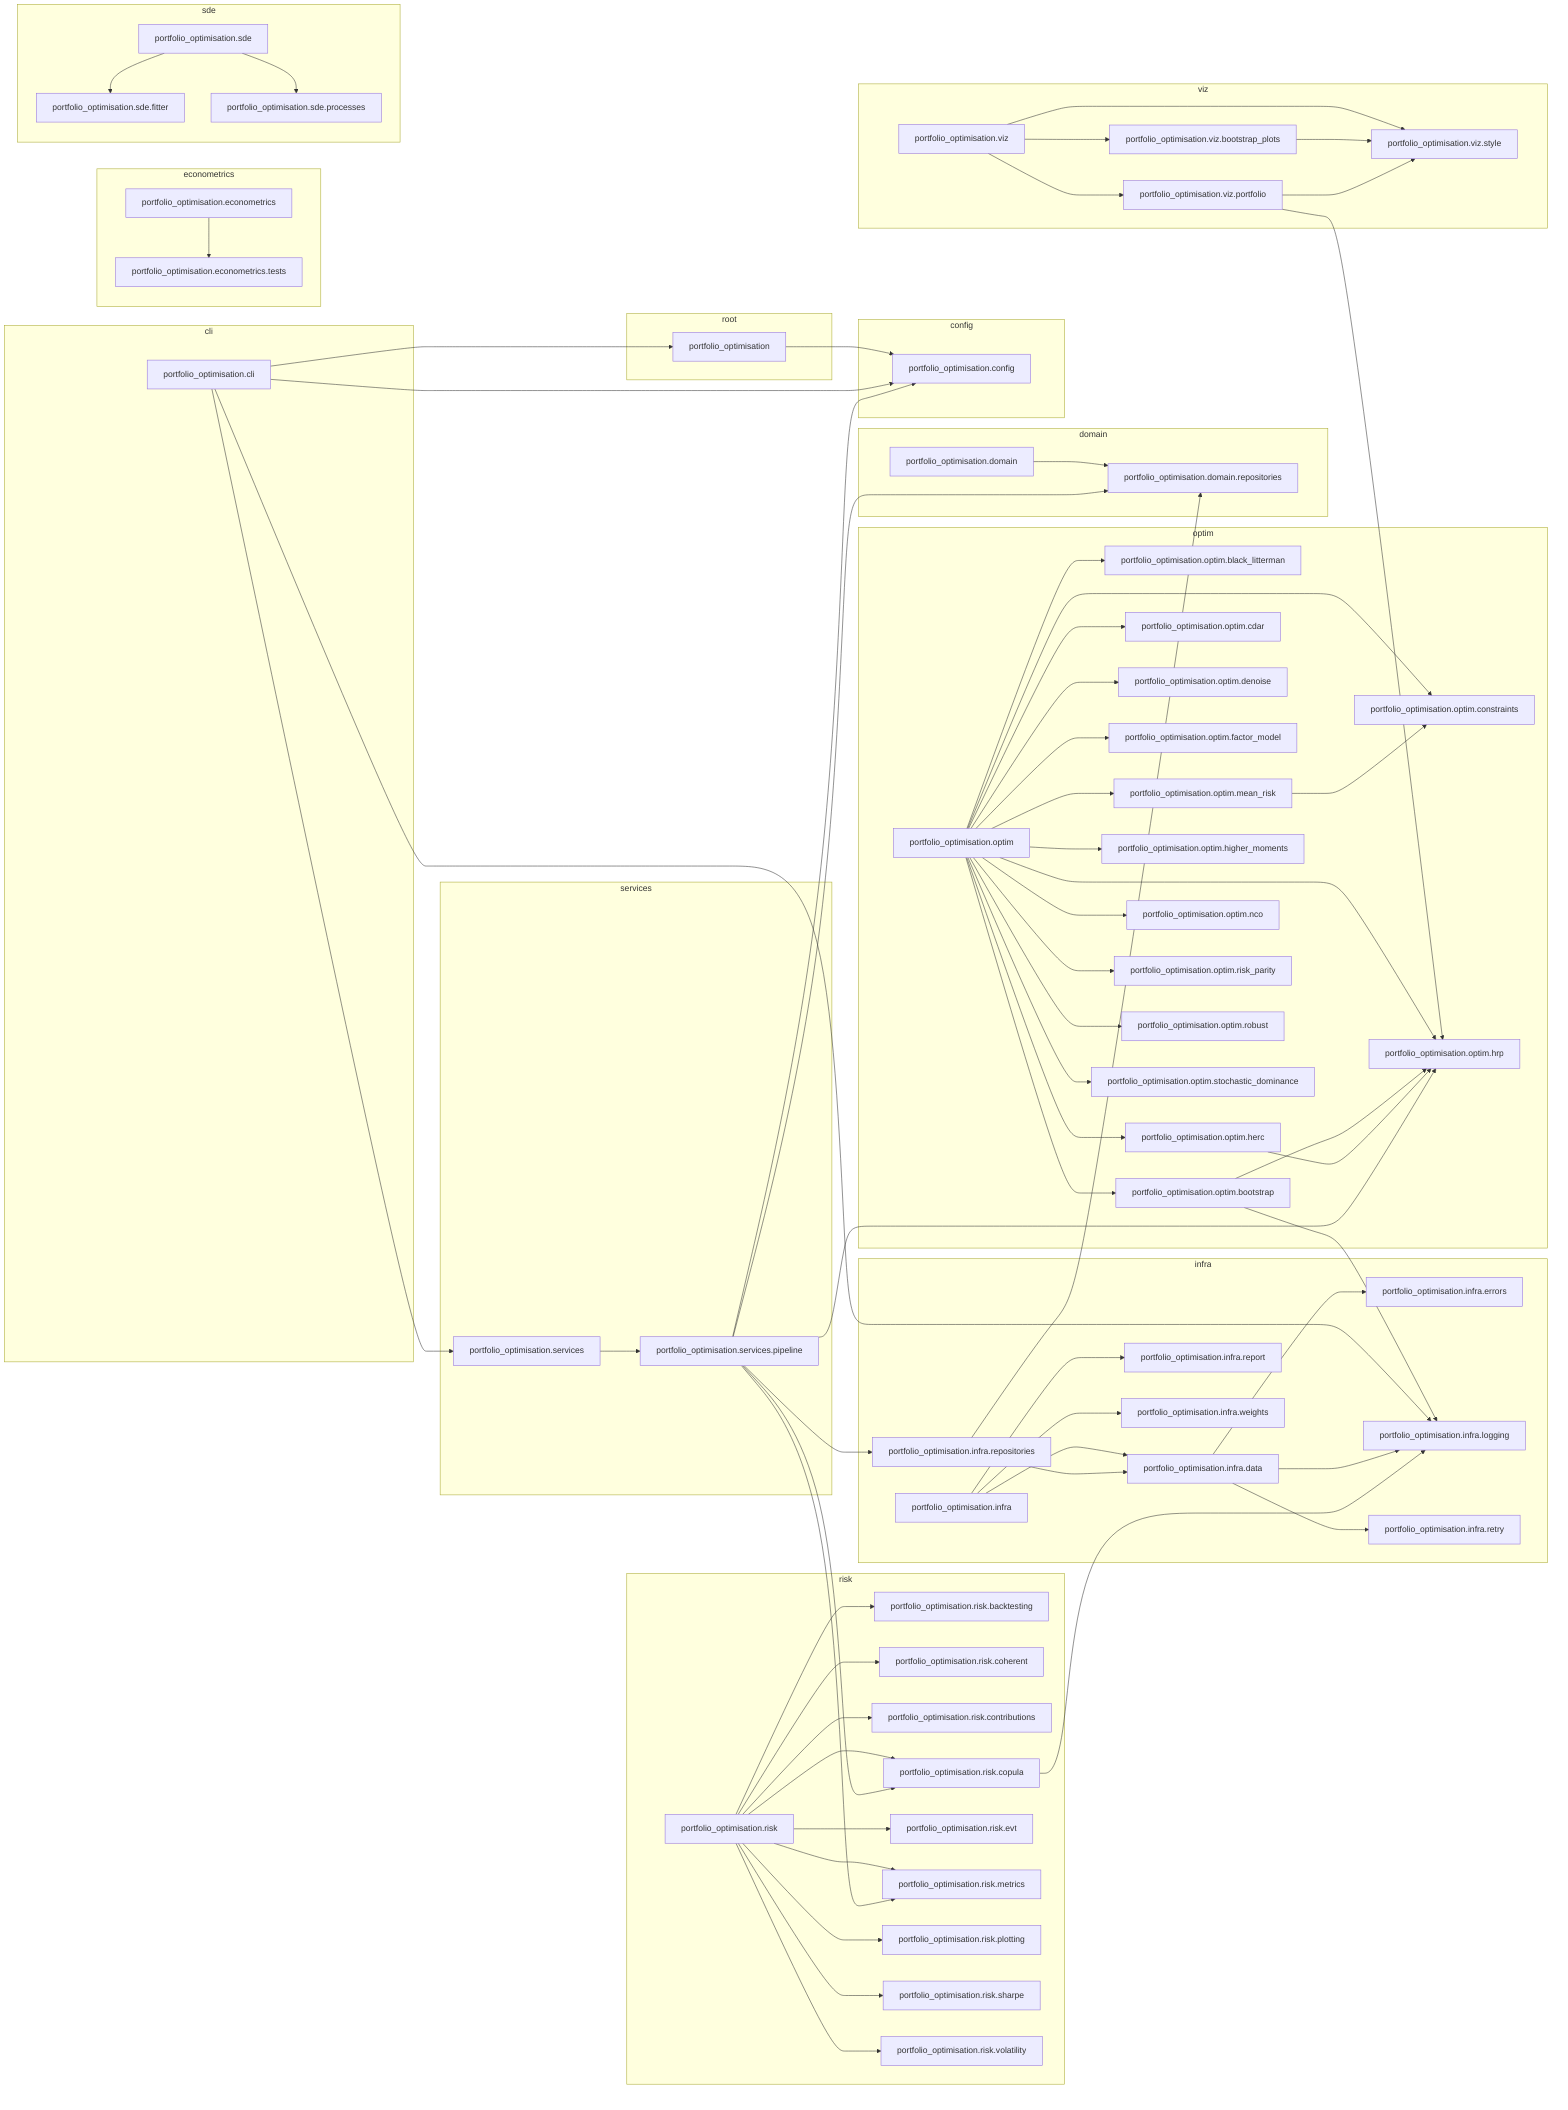
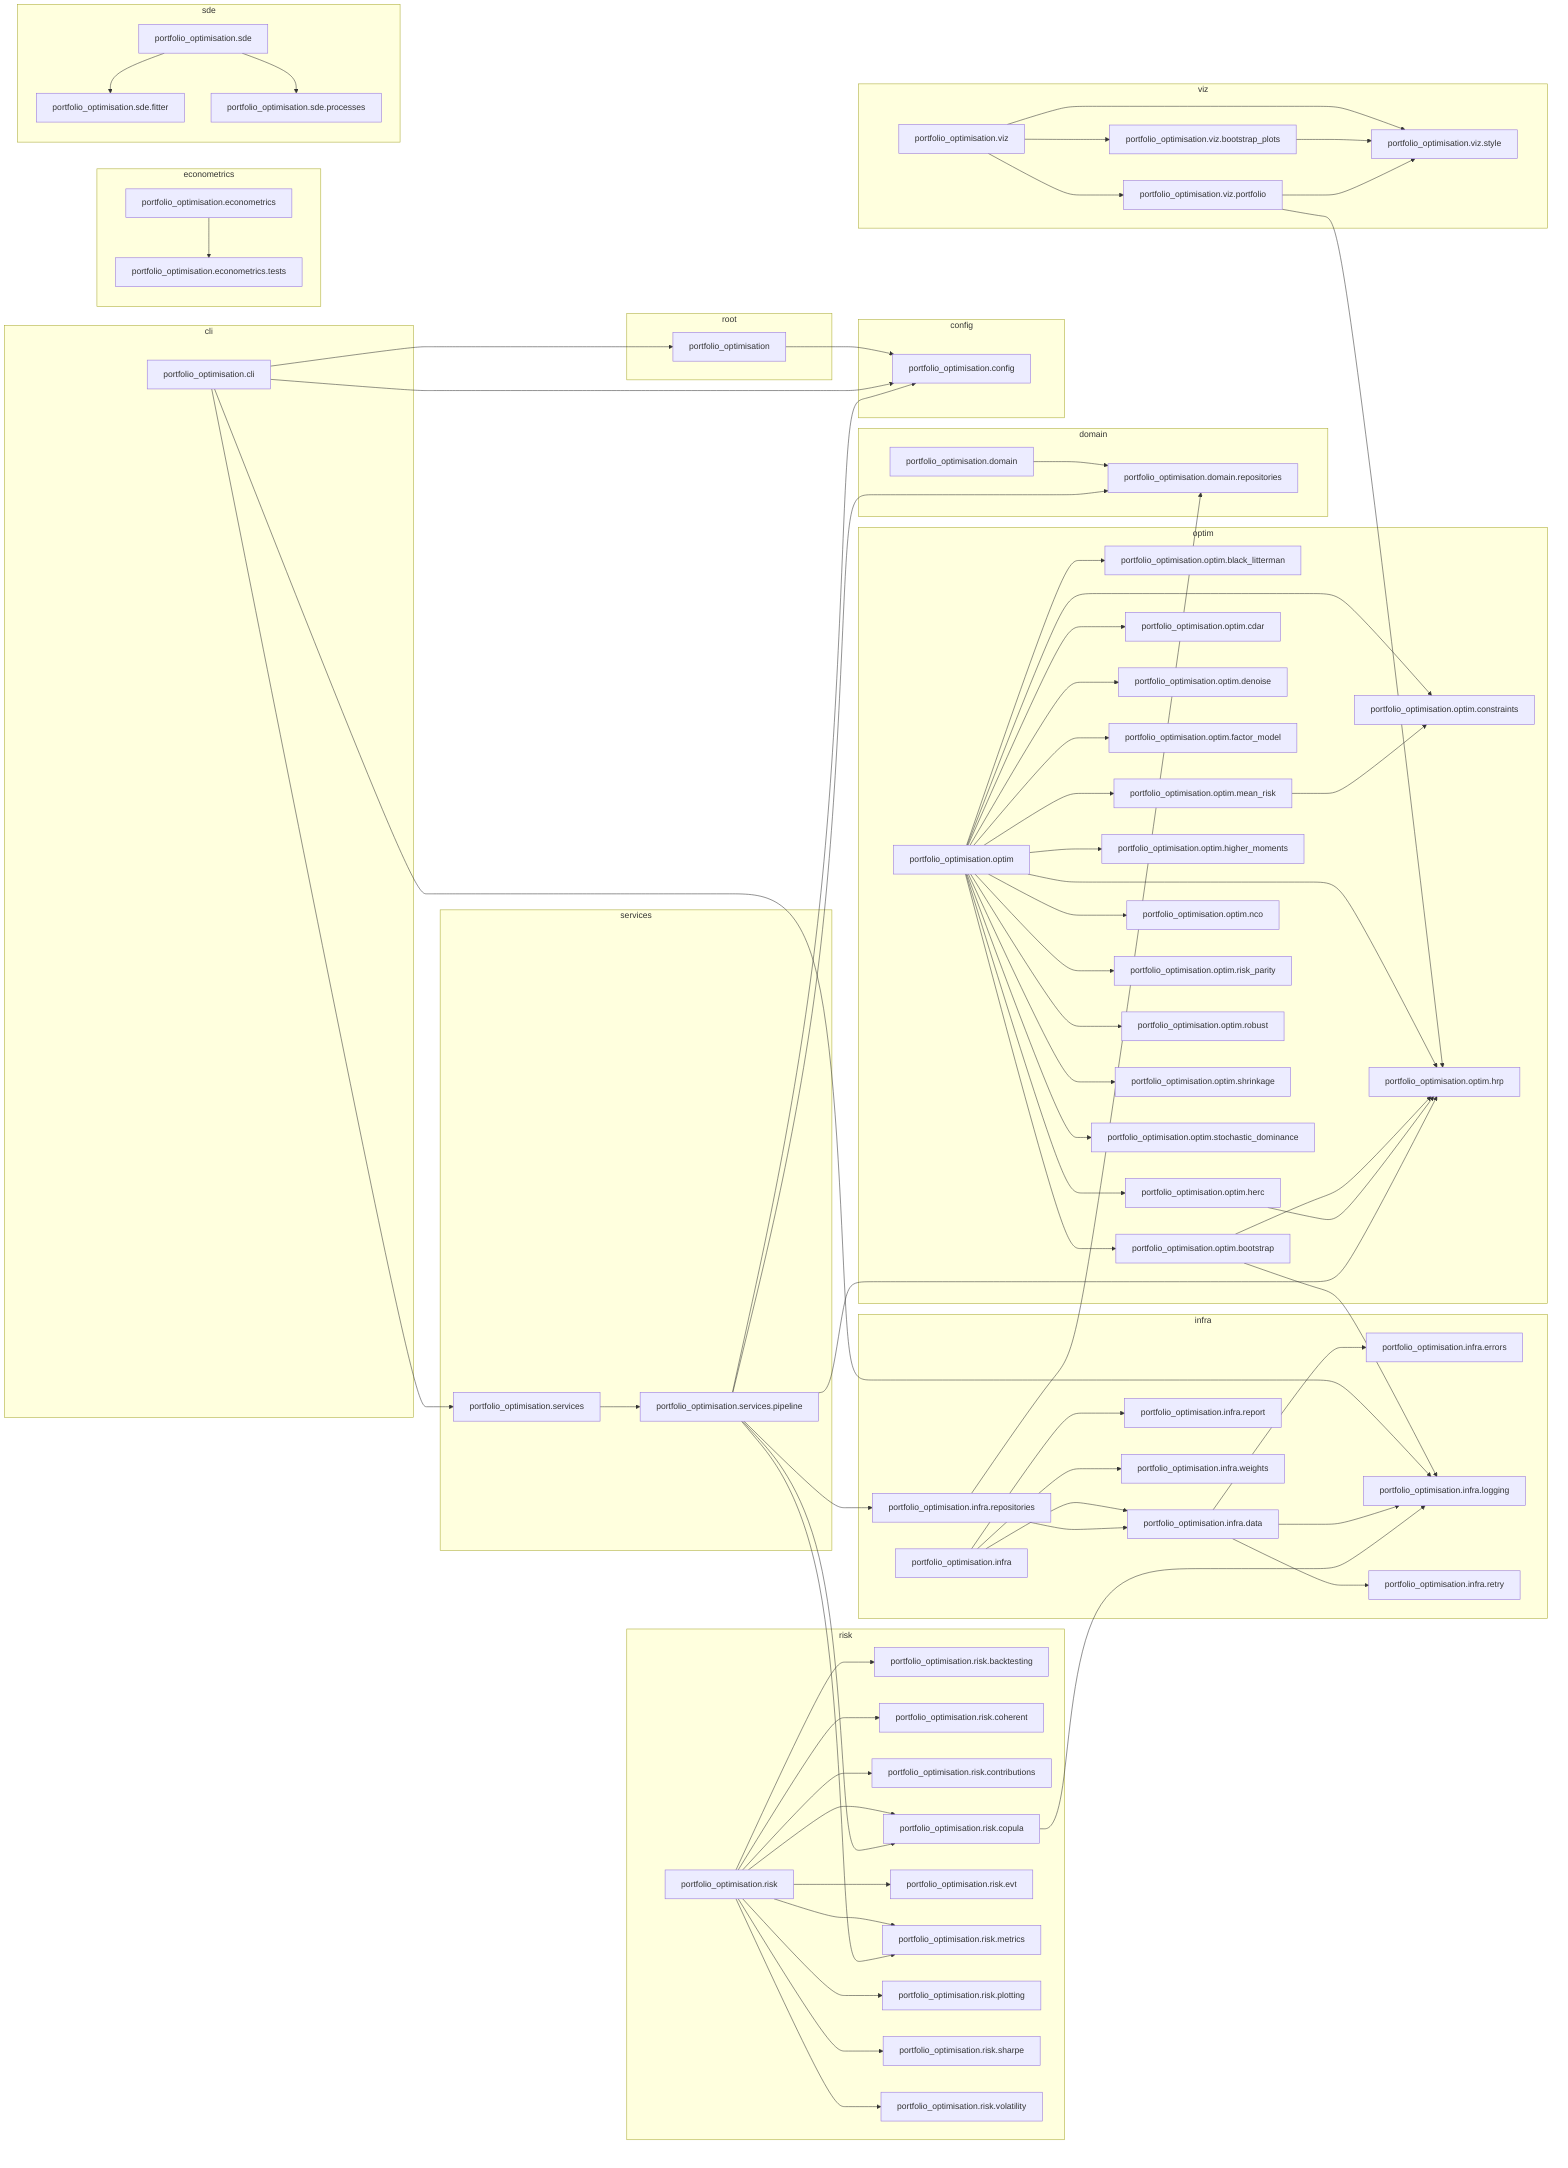
flowchart LR
    subgraph cli
        portfolio_optimisation_cli["portfolio_optimisation.cli"]
    end
    subgraph config
        portfolio_optimisation_config["portfolio_optimisation.config"]
    end
    subgraph domain
        portfolio_optimisation_domain["portfolio_optimisation.domain"]
        portfolio_optimisation_domain_repositories["portfolio_optimisation.domain.repositories"]
    end
    subgraph econometrics
        portfolio_optimisation_econometrics["portfolio_optimisation.econometrics"]
        portfolio_optimisation_econometrics_tests["portfolio_optimisation.econometrics.tests"]
    end
    subgraph infra
        portfolio_optimisation_infra["portfolio_optimisation.infra"]
        portfolio_optimisation_infra_data["portfolio_optimisation.infra.data"]
        portfolio_optimisation_infra_errors["portfolio_optimisation.infra.errors"]
        portfolio_optimisation_infra_logging["portfolio_optimisation.infra.logging"]
        portfolio_optimisation_infra_report["portfolio_optimisation.infra.report"]
        portfolio_optimisation_infra_repositories["portfolio_optimisation.infra.repositories"]
        portfolio_optimisation_infra_retry["portfolio_optimisation.infra.retry"]
        portfolio_optimisation_infra_weights["portfolio_optimisation.infra.weights"]
    end
    subgraph optim
        portfolio_optimisation_optim["portfolio_optimisation.optim"]
        portfolio_optimisation_optim_black_litterman["portfolio_optimisation.optim.black_litterman"]
        portfolio_optimisation_optim_bootstrap["portfolio_optimisation.optim.bootstrap"]
        portfolio_optimisation_optim_cdar["portfolio_optimisation.optim.cdar"]
        portfolio_optimisation_optim_constraints["portfolio_optimisation.optim.constraints"]
        portfolio_optimisation_optim_denoise["portfolio_optimisation.optim.denoise"]
        portfolio_optimisation_optim_factor_model["portfolio_optimisation.optim.factor_model"]
        portfolio_optimisation_optim_herc["portfolio_optimisation.optim.herc"]
        portfolio_optimisation_optim_higher_moments["portfolio_optimisation.optim.higher_moments"]
        portfolio_optimisation_optim_hrp["portfolio_optimisation.optim.hrp"]
        portfolio_optimisation_optim_mean_risk["portfolio_optimisation.optim.mean_risk"]
        portfolio_optimisation_optim_nco["portfolio_optimisation.optim.nco"]
        portfolio_optimisation_optim_risk_parity["portfolio_optimisation.optim.risk_parity"]
        portfolio_optimisation_optim_robust["portfolio_optimisation.optim.robust"]
+         portfolio_optimisation_optim_shrinkage["portfolio_optimisation.optim.shrinkage"]
        portfolio_optimisation_optim_stochastic_dominance["portfolio_optimisation.optim.stochastic_dominance"]
    end
    subgraph risk
        portfolio_optimisation_risk["portfolio_optimisation.risk"]
        portfolio_optimisation_risk_backtesting["portfolio_optimisation.risk.backtesting"]
        portfolio_optimisation_risk_coherent["portfolio_optimisation.risk.coherent"]
        portfolio_optimisation_risk_contributions["portfolio_optimisation.risk.contributions"]
        portfolio_optimisation_risk_copula["portfolio_optimisation.risk.copula"]
        portfolio_optimisation_risk_evt["portfolio_optimisation.risk.evt"]
        portfolio_optimisation_risk_metrics["portfolio_optimisation.risk.metrics"]
        portfolio_optimisation_risk_plotting["portfolio_optimisation.risk.plotting"]
        portfolio_optimisation_risk_sharpe["portfolio_optimisation.risk.sharpe"]
        portfolio_optimisation_risk_volatility["portfolio_optimisation.risk.volatility"]
    end
    subgraph root
        portfolio_optimisation["portfolio_optimisation"]
    end
    subgraph sde
        portfolio_optimisation_sde["portfolio_optimisation.sde"]
        portfolio_optimisation_sde_fitter["portfolio_optimisation.sde.fitter"]
        portfolio_optimisation_sde_processes["portfolio_optimisation.sde.processes"]
    end
    subgraph services
        portfolio_optimisation_services["portfolio_optimisation.services"]
        portfolio_optimisation_services_pipeline["portfolio_optimisation.services.pipeline"]
    end
    subgraph viz
        portfolio_optimisation_viz["portfolio_optimisation.viz"]
        portfolio_optimisation_viz_bootstrap_plots["portfolio_optimisation.viz.bootstrap_plots"]
        portfolio_optimisation_viz_portfolio["portfolio_optimisation.viz.portfolio"]
        portfolio_optimisation_viz_style["portfolio_optimisation.viz.style"]
    end
    portfolio_optimisation --> portfolio_optimisation_config
    portfolio_optimisation_cli --> portfolio_optimisation
    portfolio_optimisation_cli --> portfolio_optimisation_config
    portfolio_optimisation_cli --> portfolio_optimisation_infra_logging
    portfolio_optimisation_cli --> portfolio_optimisation_services
    portfolio_optimisation_domain --> portfolio_optimisation_domain_repositories
    portfolio_optimisation_econometrics --> portfolio_optimisation_econometrics_tests
    portfolio_optimisation_infra --> portfolio_optimisation_infra_data
    portfolio_optimisation_infra --> portfolio_optimisation_infra_report
    portfolio_optimisation_infra --> portfolio_optimisation_infra_weights
    portfolio_optimisation_infra_data --> portfolio_optimisation_infra_errors
    portfolio_optimisation_infra_data --> portfolio_optimisation_infra_logging
    portfolio_optimisation_infra_data --> portfolio_optimisation_infra_retry
    portfolio_optimisation_infra_repositories --> portfolio_optimisation_domain_repositories
    portfolio_optimisation_infra_repositories --> portfolio_optimisation_infra_data
    portfolio_optimisation_optim --> portfolio_optimisation_optim_black_litterman
    portfolio_optimisation_optim --> portfolio_optimisation_optim_bootstrap
    portfolio_optimisation_optim --> portfolio_optimisation_optim_cdar
    portfolio_optimisation_optim --> portfolio_optimisation_optim_constraints
    portfolio_optimisation_optim --> portfolio_optimisation_optim_denoise
    portfolio_optimisation_optim --> portfolio_optimisation_optim_factor_model
    portfolio_optimisation_optim --> portfolio_optimisation_optim_herc
    portfolio_optimisation_optim --> portfolio_optimisation_optim_higher_moments
    portfolio_optimisation_optim --> portfolio_optimisation_optim_hrp
    portfolio_optimisation_optim --> portfolio_optimisation_optim_mean_risk
    portfolio_optimisation_optim --> portfolio_optimisation_optim_nco
    portfolio_optimisation_optim --> portfolio_optimisation_optim_risk_parity
    portfolio_optimisation_optim --> portfolio_optimisation_optim_robust
+     portfolio_optimisation_optim --> portfolio_optimisation_optim_shrinkage
    portfolio_optimisation_optim --> portfolio_optimisation_optim_stochastic_dominance
    portfolio_optimisation_optim_bootstrap --> portfolio_optimisation_infra_logging
    portfolio_optimisation_optim_bootstrap --> portfolio_optimisation_optim_hrp
    portfolio_optimisation_optim_herc --> portfolio_optimisation_optim_hrp
    portfolio_optimisation_optim_mean_risk --> portfolio_optimisation_optim_constraints
    portfolio_optimisation_risk --> portfolio_optimisation_risk_backtesting
    portfolio_optimisation_risk --> portfolio_optimisation_risk_coherent
    portfolio_optimisation_risk --> portfolio_optimisation_risk_contributions
    portfolio_optimisation_risk --> portfolio_optimisation_risk_copula
    portfolio_optimisation_risk --> portfolio_optimisation_risk_evt
    portfolio_optimisation_risk --> portfolio_optimisation_risk_metrics
    portfolio_optimisation_risk --> portfolio_optimisation_risk_plotting
    portfolio_optimisation_risk --> portfolio_optimisation_risk_sharpe
    portfolio_optimisation_risk --> portfolio_optimisation_risk_volatility
    portfolio_optimisation_risk_copula --> portfolio_optimisation_infra_logging
    portfolio_optimisation_sde --> portfolio_optimisation_sde_fitter
    portfolio_optimisation_sde --> portfolio_optimisation_sde_processes
    portfolio_optimisation_services --> portfolio_optimisation_services_pipeline
    portfolio_optimisation_services_pipeline --> portfolio_optimisation_config
    portfolio_optimisation_services_pipeline --> portfolio_optimisation_domain_repositories
    portfolio_optimisation_services_pipeline --> portfolio_optimisation_infra_repositories
    portfolio_optimisation_services_pipeline --> portfolio_optimisation_optim_hrp
    portfolio_optimisation_services_pipeline --> portfolio_optimisation_risk_copula
    portfolio_optimisation_services_pipeline --> portfolio_optimisation_risk_metrics
    portfolio_optimisation_viz --> portfolio_optimisation_viz_bootstrap_plots
    portfolio_optimisation_viz --> portfolio_optimisation_viz_portfolio
    portfolio_optimisation_viz --> portfolio_optimisation_viz_style
    portfolio_optimisation_viz_bootstrap_plots --> portfolio_optimisation_viz_style
    portfolio_optimisation_viz_portfolio --> portfolio_optimisation_optim_hrp
    portfolio_optimisation_viz_portfolio --> portfolio_optimisation_viz_style
